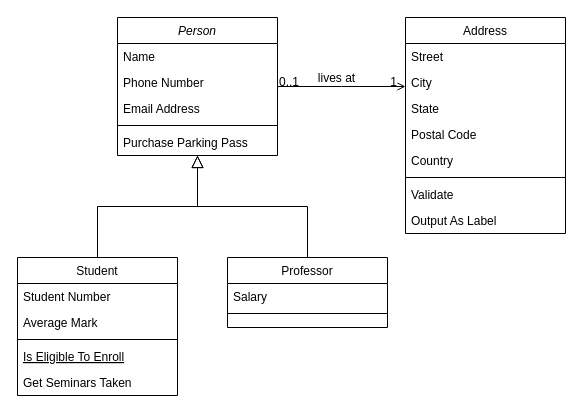
The draw.io diagram Untitled Diagram.drawio in isleeden/YiRecipe, before the edit. Source tidied: cells renumbered, new cells numbered last; positions are measured from the earlier drawing's top-left corner, leaving out a move shared by most shapes. Both pictures are drawn from the tidied source at 100%, with x=0, y=0 at pixel (17, 17).
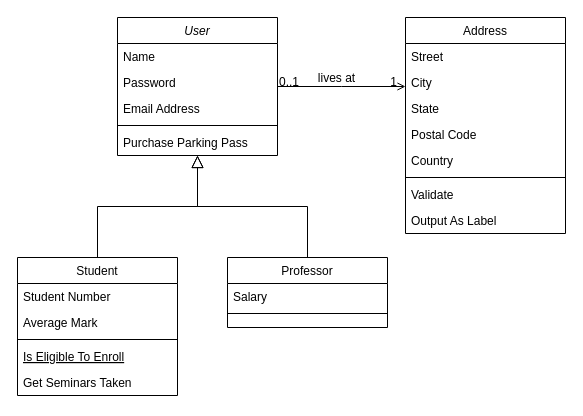
Above is the later version.

What changed in the source:
```diff
@@
-    <mxCell id="2" value="Person" style="swimlane;fontStyle=2;align=center;verticalAlign=top;horizontal=1;startSize=26;rounded=0;shadow=0;strokeWidth=1;" parent="1" vertex="1">
+    <mxCell id="2" value="User" style="swimlane;fontStyle=2;align=center;verticalAlign=top;horizontal=1;startSize=26;rounded=0;shadow=0;strokeWidth=1;" parent="1" vertex="1">
       <mxGeometry x="100" width="160" height="138" as="geometry" />
     </mxCell>
@@
-    <mxCell id="4" value="Phone Number" style="text;align=left;verticalAlign=top;spacingLeft=4;spacingRight=4;overflow=hidden;rounded=0;shadow=0;html=0;" parent="2" vertex="1">
+    <mxCell id="4" value="Password" style="text;align=left;verticalAlign=top;spacingLeft=4;spacingRight=4;overflow=hidden;rounded=0;shadow=0;html=0;" parent="2" vertex="1">
       <mxGeometry y="52" width="160" height="26" as="geometry" />
     </mxCell>
```
